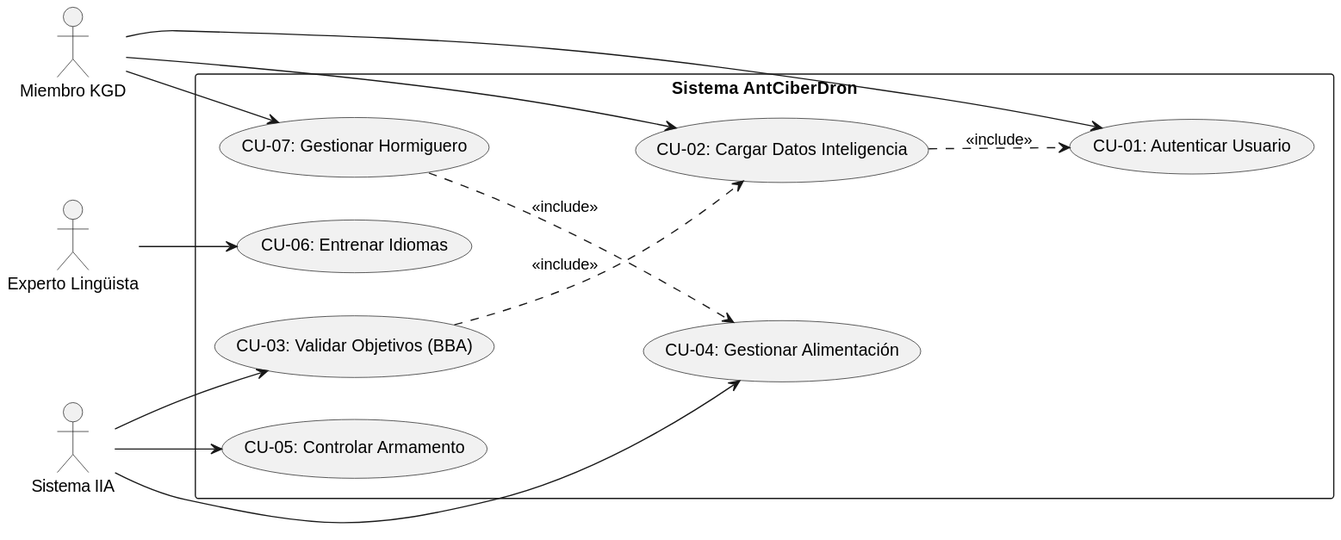
Earlier version of the PlantUML export XP/Diseno/Soluciones_Puntuales/casos de uso.svg (seblion/Workshop-XP).
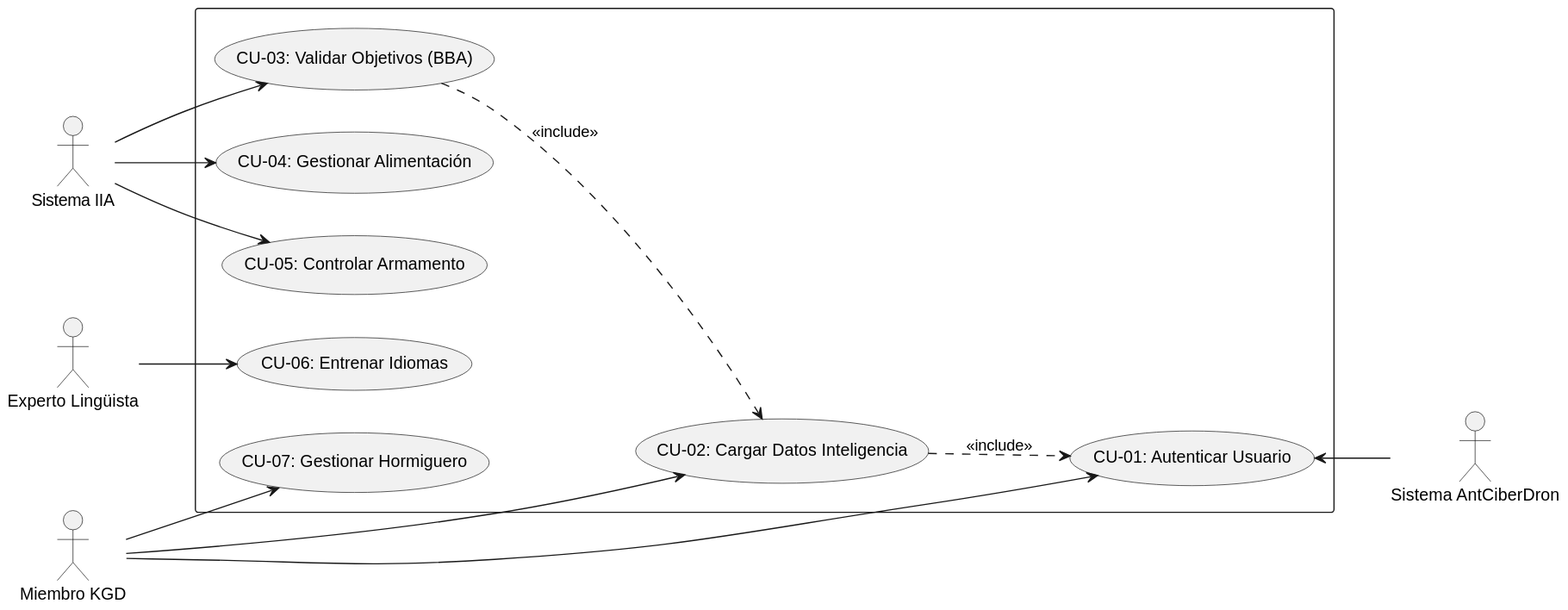
After the commit.

Commit message:
Corregido diagrama de CU

Diff of the diagram source:
```diff
@@ -1,17 +1,22 @@
 @startuml
 left to right direction
+
 actor "Miembro KGD" as u
 actor "Experto Lingüista" as l
 actor "Sistema IIA" as i
-rectangle "Sistema AntCiberDron" {
-usecase "CU-01: Autenticar Usuario" as CU01
-usecase "CU-02: Cargar Datos Inteligencia" as CU02
-usecase "CU-03: Validar Objetivos (BBA)" as CU03
-usecase "CU-04: Gestionar Alimentación" as CU04
-usecase "CU-05: Controlar Armamento" as CU05
-usecase "CU-06: Entrenar Idiomas" as CU06
-usecase "CU-07: Gestionar Hormiguero" as CU07
+
+rectangle {
+  usecase "CU-01: Autenticar Usuario" as CU01
+  usecase "CU-02: Cargar Datos Inteligencia" as CU02
+  usecase "CU-03: Validar Objetivos (BBA)" as CU03
+  usecase "CU-04: Gestionar Alimentación" as CU04
+  usecase "CU-05: Controlar Armamento" as CU05
+  usecase "CU-06: Entrenar Idiomas" as CU06
+  usecase "CU-07: Gestionar Hormiguero" as CU07
 }
+
+actor "Sistema AntCiberDron" as a
+
 u --> CU01
 u --> CU02
 u --> CU07
@@ -19,7 +24,9 @@
 i --> CU03
 i --> CU04
 i --> CU05
+
+CU01 <-- a
+
 CU02 ..> CU01 : <<include>>
 CU03 ..> CU02 : <<include>>
-CU07 ..> CU04 : <<include>>
 @enduml
```
